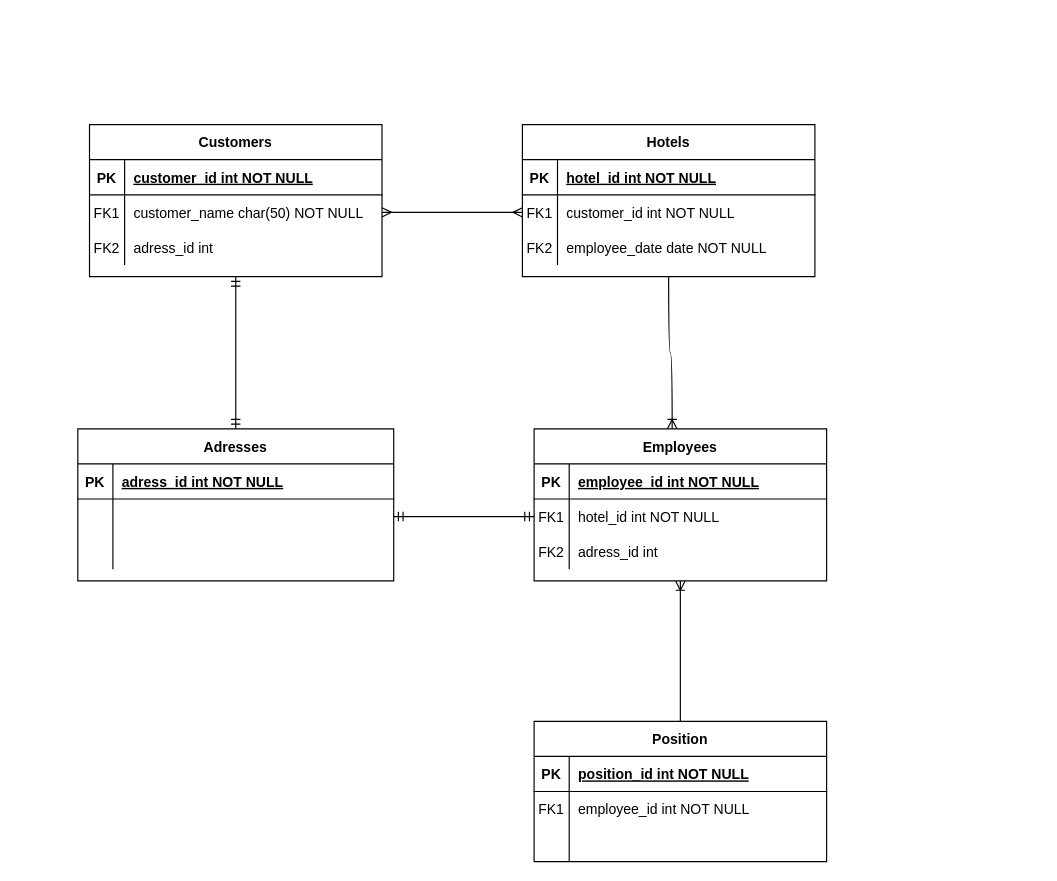
Above: Untitled Diagram.drawio in KrzysiekJa/Hotel-Personel-Management-DB-System (draw.io), before the change. Source tidied: cells renumbered, new cells numbered last; positions are measured from the earlier drawing's top-left corner, leaving out a move shared by most shapes. Both pictures are drawn from the tidied source at 117%, with x=0, y=0 at pixel (77, 124).
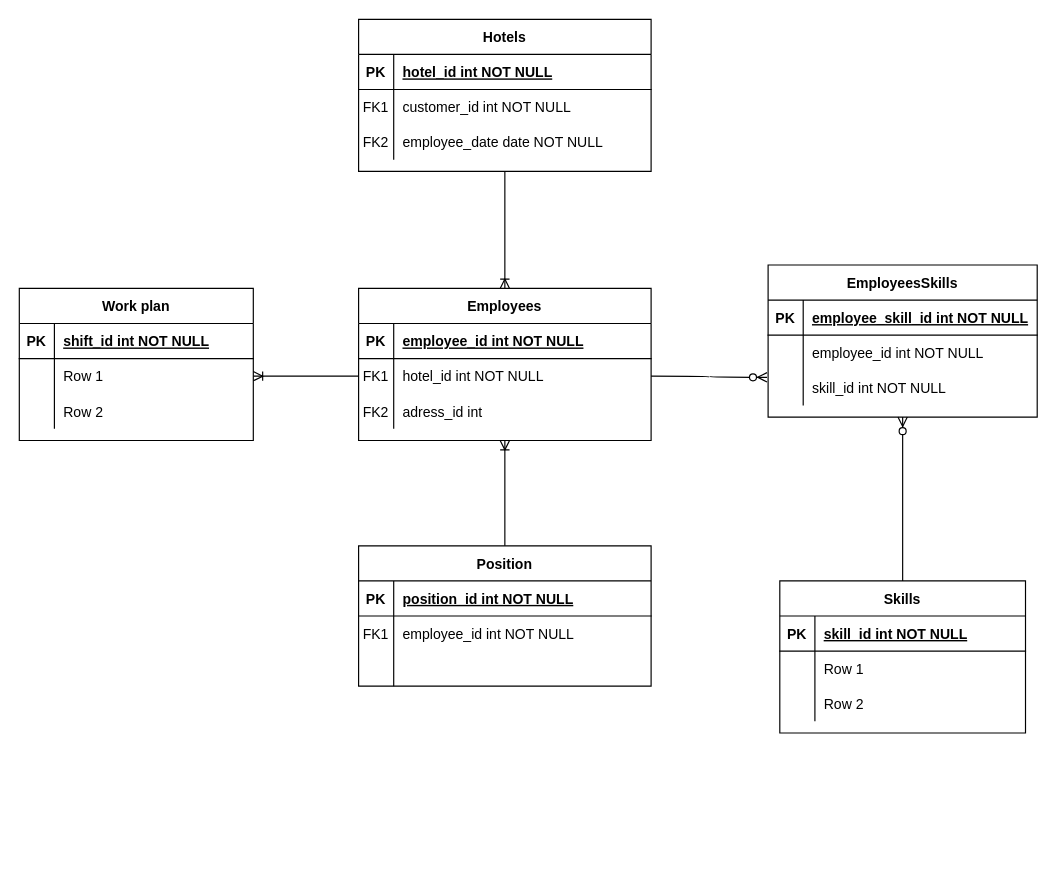
After the change.

The change refers to these unchanged cells:
```xml
<mxCell id="6" style="shape=partialRectangle;fillColor=none;points=[[0,0.5],[1,0.5]];portConstraint=eastwest;top=0;left=0;right=0;bottom=0;" parent="2" vertex="1">
  <mxGeometry y="60" width="250" height="30" as="geometry" />
</mxCell>
<mxCell id="16" style="shape=partialRectangle;fillColor=none;points=[[0,0.5],[1,0.5]];portConstraint=eastwest;top=0;left=0;right=0;bottom=0;" parent="12" vertex="1">
  <mxGeometry y="60" width="250" height="30" as="geometry" />
</mxCell>
```

The edit, as a diff of the source:
```diff
@@
     <mxCell id="2" value="Hotels" style="shape=table;startSize=30;childLayout=tableLayout;rowLines=0;fontStyle=1;align=center;" parent="1" vertex="1">
-      <mxGeometry x="380" width="250" height="130" as="geometry" />
+      <mxGeometry x="240" y="-90" width="250" height="130" as="geometry" />
     </mxCell>
@@
     <mxCell id="12" value="Employees" style="shape=table;startSize=30;childLayout=tableLayout;rowLines=0;fontStyle=1;align=center;" parent="1" vertex="1">
-      <mxGeometry x="390" y="260" width="250" height="130" as="geometry" />
+      <mxGeometry x="240" y="140" width="250" height="130" as="geometry" />
     </mxCell>
@@
-    <mxCell id="22" value="Customers" style="shape=table;startSize=30;childLayout=tableLayout;rowLines=0;fontStyle=1;align=center;" parent="1" vertex="1">
-      <mxGeometry x="10" width="250" height="130" as="geometry" />
-    </mxCell>
-    <mxCell id="23" style="shape=partialRectangle;fillColor=none;top=0;left=0;right=0;bottom=1;" parent="22" vertex="1">
-      <mxGeometry y="30" width="250" height="30" as="geometry" />
-    </mxCell>
-    <mxCell id="24" value="PK" style="shape=partialRectangle;overflow=hidden;fillColor=none;top=0;left=0;bottom=0;right=0;fontStyle=1;" parent="23" vertex="1">
-      <mxGeometry width="30" height="30" as="geometry" />
-    </mxCell>
-    <mxCell id="25" value="customer_id int NOT NULL " style="shape=partialRectangle;overflow=hidden;fillColor=none;top=0;left=0;bottom=0;right=0;align=left;spacingLeft=6;fontStyle=5;" parent="23" vertex="1">
-      <mxGeometry x="30" width="220" height="30" as="geometry" />
-    </mxCell>
-    <mxCell id="26" style="shape=partialRectangle;fillColor=none;points=[[0,0.5],[1,0.5]];portConstraint=eastwest;top=0;left=0;right=0;bottom=0;" parent="22" vertex="1">
-      <mxGeometry y="60" width="250" height="30" as="geometry" />
-    </mxCell>
-    <mxCell id="27" value="FK1" style="shape=partialRectangle;overflow=hidden;fillColor=none;top=0;left=0;bottom=0;right=0;" parent="26" vertex="1">
-      <mxGeometry width="30" height="30" as="geometry" />
-    </mxCell>
-    <mxCell id="28" value="customer_name char(50) NOT NULL" style="shape=partialRectangle;overflow=hidden;fillColor=none;top=0;left=0;bottom=0;right=0;align=left;spacingLeft=6;" parent="26" vertex="1">
-      <mxGeometry x="30" width="220" height="30" as="geometry" />
-    </mxCell>
-    <mxCell id="29" style="shape=partialRectangle;fillColor=none;top=0;left=0;right=0;bottom=0;" parent="22" vertex="1">
-      <mxGeometry y="90" width="250" height="30" as="geometry" />
-    </mxCell>
-    <mxCell id="30" value="FK2" style="shape=partialRectangle;overflow=hidden;fillColor=none;top=0;left=0;bottom=0;right=0;" parent="29" vertex="1">
-      <mxGeometry width="30" height="30" as="geometry" />
-    </mxCell>
-    <mxCell id="31" value="adress_id int " style="shape=partialRectangle;overflow=hidden;fillColor=none;top=0;left=0;bottom=0;right=0;align=left;spacingLeft=6;fontStyle=0;" parent="29" vertex="1">
-      <mxGeometry x="30" width="220" height="30" as="geometry" />
-    </mxCell>
     <mxCell id="32" value="Position" style="shape=table;startSize=30;childLayout=tableLayout;rowLines=0;fontStyle=1;align=center;" parent="1" vertex="1">
-      <mxGeometry x="390" y="510" width="250" height="120" as="geometry" />
+      <mxGeometry x="240" y="360" width="250" height="120" as="geometry" />
     </mxCell>
@@
-    <mxCell id="42" value="Adresses" style="shape=table;startSize=30;childLayout=tableLayout;rowLines=0;fontStyle=1;align=center;" parent="1" vertex="1">
-      <mxGeometry y="260" width="270" height="130" as="geometry" />
-    </mxCell>
-    <mxCell id="43" style="shape=tableRow;horizontal=0;startSize=0;swimlaneHead=0;swimlaneBody=0;fillColor=none;top=0;left=0;right=0;bottom=1;" parent="42" vertex="1">
-      <mxGeometry y="30" width="270" height="30" as="geometry" />
-    </mxCell>
-    <mxCell id="44" value="PK" style="shape=partialRectangle;fillColor=none;top=0;left=0;bottom=0;right=0;fontStyle=1;overflow=hidden;" parent="43" vertex="1">
-      <mxGeometry width="30" height="30" as="geometry" />
-    </mxCell>
-    <mxCell id="45" value="adress_id int NOT NULL" style="shape=partialRectangle;fillColor=none;top=0;left=0;bottom=0;right=0;align=left;spacingLeft=6;fontStyle=5;overflow=hidden;" parent="43" vertex="1">
-      <mxGeometry x="30" width="240" height="30" as="geometry" />
-    </mxCell>
-    <mxCell id="46" style="shape=tableRow;horizontal=0;startSize=0;swimlaneHead=0;swimlaneBody=0;fillColor=none;points=[[0,0.5],[1,0.5]];portConstraint=eastwest;top=0;left=0;right=0;bottom=0;" parent="42" vertex="1">
-      <mxGeometry y="60" width="270" height="30" as="geometry" />
-    </mxCell>
-    <mxCell id="47" style="shape=partialRectangle;fillColor=none;top=0;left=0;bottom=0;right=0;overflow=hidden;" parent="46" vertex="1">
-      <mxGeometry width="30" height="30" as="geometry" />
-    </mxCell>
-    <mxCell id="48" style="shape=partialRectangle;fillColor=none;top=0;left=0;bottom=0;right=0;align=left;spacingLeft=6;overflow=hidden;" parent="46" vertex="1">
-      <mxGeometry x="30" width="240" height="30" as="geometry" />
-    </mxCell>
-    <mxCell id="49" style="shape=tableRow;horizontal=0;startSize=0;swimlaneHead=0;swimlaneBody=0;fillColor=none;top=0;left=0;right=0;bottom=0;" parent="42" vertex="1">
-      <mxGeometry y="90" width="270" height="30" as="geometry" />
-    </mxCell>
-    <mxCell id="50" style="shape=partialRectangle;fillColor=none;top=0;left=0;bottom=0;right=0;overflow=hidden;" parent="49" vertex="1">
-      <mxGeometry width="30" height="30" as="geometry" />
-    </mxCell>
-    <mxCell id="51" style="shape=partialRectangle;fillColor=none;top=0;left=0;bottom=0;right=0;align=left;spacingLeft=6;overflow=hidden;" parent="49" vertex="1">
-      <mxGeometry x="30" width="240" height="30" as="geometry" />
-    </mxCell>
-    <mxCell id="52" style="edgeStyle=orthogonalEdgeStyle;fontSize=12;html=1;endArrow=ERmandOne;startArrow=ERmandOne;rounded=0;entryX=0.5;entryY=1;entryDx=0;entryDy=0;exitX=0.5;exitY=0;exitDx=0;exitDy=0;curved=1;" parent="1" edge="1" source="42" target="22">
-      <mxGeometry relative="1" as="geometry" />
-    </mxCell>
-    <mxCell id="53" style="edgeStyle=entityRelationEdgeStyle;fontSize=12;html=1;endArrow=ERmandOne;startArrow=ERmandOne;rounded=0;curved=1;exitX=1;exitY=0.5;exitDx=0;exitDy=0;entryX=0;entryY=0.5;entryDx=0;entryDy=0;" parent="1" edge="1" source="46" target="16">
-      <mxGeometry relative="1" as="geometry" />
-    </mxCell>
-    <mxCell id="54" style="edgeStyle=entityRelationEdgeStyle;fontSize=12;html=1;endArrow=ERmany;startArrow=ERmany;rounded=0;curved=1;entryX=0;entryY=0.5;entryDx=0;entryDy=0;exitX=1;exitY=0.5;exitDx=0;exitDy=0;" parent="1" edge="1" source="26" target="6">
-      <mxGeometry relative="1" as="geometry" />
-    </mxCell>
-    <mxCell id="55" style="edgeStyle=orthogonalEdgeStyle;fontSize=12;html=1;endArrow=ERoneToMany;rounded=0;curved=1;entryX=0.472;entryY=0;entryDx=0;entryDy=0;entryPerimeter=0;exitX=0.5;exitY=1;exitDx=0;exitDy=0;" parent="1" edge="1" source="2" target="12">
+    <mxCell id="55" style="edgeStyle=orthogonalEdgeStyle;fontSize=12;html=1;endArrow=ERoneToMany;rounded=0;curved=1;entryX=0.5;entryY=0;entryDx=0;entryDy=0;exitX=0.5;exitY=1;exitDx=0;exitDy=0;" parent="1" edge="1" source="2" target="12">
       <mxGeometry relative="1" as="geometry" />
     </mxCell>
@@
+    <mxCell id="57" value="Skills" style="shape=table;startSize=30;childLayout=tableLayout;rowLines=0;fontStyle=1;align=center;" parent="1" vertex="1">
+      <mxGeometry x="600" y="390" width="210" height="130" as="geometry" />
+    </mxCell>
+    <mxCell id="58" style="shape=tableRow;horizontal=0;startSize=0;swimlaneHead=0;swimlaneBody=0;fillColor=none;top=0;left=0;right=0;bottom=1;" parent="57" vertex="1">
+      <mxGeometry y="30" width="210" height="30" as="geometry" />
+    </mxCell>
+    <mxCell id="59" value="PK" style="shape=partialRectangle;fillColor=none;top=0;left=0;bottom=0;right=0;fontStyle=1;overflow=hidden;" parent="58" vertex="1">
+      <mxGeometry width="30" height="30" as="geometry" />
+    </mxCell>
+    <mxCell id="60" value="skill_id int NOT NULL" style="shape=partialRectangle;fillColor=none;top=0;left=0;bottom=0;right=0;align=left;spacingLeft=6;fontStyle=5;overflow=hidden;" parent="58" vertex="1">
+      <mxGeometry x="30" width="180" height="30" as="geometry" />
+    </mxCell>
+    <mxCell id="61" style="shape=tableRow;horizontal=0;startSize=0;swimlaneHead=0;swimlaneBody=0;fillColor=none;top=0;left=0;right=0;bottom=0;" parent="57" vertex="1">
+      <mxGeometry y="60" width="210" height="30" as="geometry" />
+    </mxCell>
+    <mxCell id="62" style="shape=partialRectangle;fillColor=none;top=0;left=0;bottom=0;right=0;overflow=hidden;" parent="61" vertex="1">
+      <mxGeometry width="30" height="30" as="geometry" />
+    </mxCell>
+    <mxCell id="63" value="Row 1" style="shape=partialRectangle;fillColor=none;top=0;left=0;bottom=0;right=0;align=left;spacingLeft=6;overflow=hidden;" parent="61" vertex="1">
+      <mxGeometry x="30" width="180" height="30" as="geometry" />
+    </mxCell>
+    <mxCell id="64" style="shape=tableRow;horizontal=0;startSize=0;swimlaneHead=0;swimlaneBody=0;fillColor=none;top=0;left=0;right=0;bottom=0;" parent="57" vertex="1">
+      <mxGeometry y="90" width="210" height="30" as="geometry" />
+    </mxCell>
+    <mxCell id="65" style="shape=partialRectangle;fillColor=none;top=0;left=0;bottom=0;right=0;overflow=hidden;" parent="64" vertex="1">
+      <mxGeometry width="30" height="30" as="geometry" />
+    </mxCell>
+    <mxCell id="66" value="Row 2" style="shape=partialRectangle;fillColor=none;top=0;left=0;bottom=0;right=0;align=left;spacingLeft=6;overflow=hidden;" parent="64" vertex="1">
+      <mxGeometry x="30" width="180" height="30" as="geometry" />
+    </mxCell>
+    <mxCell id="67" style="edgeStyle=orthogonalEdgeStyle;fontSize=12;html=1;endArrow=ERzeroToMany;endFill=1;rounded=0;entryX=0.5;entryY=1;entryDx=0;entryDy=0;exitX=0.5;exitY=0;exitDx=0;exitDy=0;curved=1;" parent="1" edge="1" source="57" target="68">
+      <mxGeometry relative="1" as="geometry" />
+    </mxCell>
+    <mxCell id="68" value="EmployeesSkills" style="shape=table;startSize=30;childLayout=tableLayout;rowLines=0;fontStyle=1;align=center;" parent="1" vertex="1">
+      <mxGeometry x="590" y="120" width="230" height="130" as="geometry" />
+    </mxCell>
+    <mxCell id="69" style="shape=tableRow;horizontal=0;startSize=0;swimlaneHead=0;swimlaneBody=0;fillColor=none;top=0;left=0;right=0;bottom=1;" parent="68" vertex="1">
+      <mxGeometry y="30" width="230" height="30" as="geometry" />
+    </mxCell>
+    <mxCell id="70" value="PK" style="shape=partialRectangle;fillColor=none;top=0;left=0;bottom=0;right=0;fontStyle=1;overflow=hidden;" parent="69" vertex="1">
+      <mxGeometry width="30" height="30" as="geometry" />
+    </mxCell>
+    <mxCell id="71" value="employee_skill_id int NOT NULL" style="shape=partialRectangle;fillColor=none;top=0;left=0;bottom=0;right=0;align=left;spacingLeft=6;fontStyle=5;overflow=hidden;" parent="69" vertex="1">
+      <mxGeometry x="30" width="200" height="30" as="geometry" />
+    </mxCell>
+    <mxCell id="72" style="shape=tableRow;horizontal=0;startSize=0;swimlaneHead=0;swimlaneBody=0;fillColor=none;top=0;left=0;right=0;bottom=0;" parent="68" vertex="1">
+      <mxGeometry y="60" width="230" height="30" as="geometry" />
+    </mxCell>
+    <mxCell id="73" style="shape=partialRectangle;fillColor=none;top=0;left=0;bottom=0;right=0;overflow=hidden;" parent="72" vertex="1">
+      <mxGeometry width="30" height="30" as="geometry" />
+    </mxCell>
+    <mxCell id="74" value="employee_id int NOT NULL" style="shape=partialRectangle;fillColor=none;top=0;left=0;bottom=0;right=0;align=left;spacingLeft=6;overflow=hidden;" parent="72" vertex="1">
+      <mxGeometry x="30" width="200" height="30" as="geometry" />
+    </mxCell>
+    <mxCell id="75" style="shape=tableRow;horizontal=0;startSize=0;swimlaneHead=0;swimlaneBody=0;fillColor=none;points=[[0,0.5],[1,0.5]];portConstraint=eastwest;top=0;left=0;right=0;bottom=0;" parent="68" vertex="1">
+      <mxGeometry y="90" width="230" height="30" as="geometry" />
+    </mxCell>
+    <mxCell id="76" style="shape=partialRectangle;fillColor=none;top=0;left=0;bottom=0;right=0;overflow=hidden;" parent="75" vertex="1">
+      <mxGeometry width="30" height="30" as="geometry" />
+    </mxCell>
+    <mxCell id="77" value="skill_id int NOT NULL" style="shape=partialRectangle;fillColor=none;top=0;left=0;bottom=0;right=0;align=left;spacingLeft=6;overflow=hidden;" parent="75" vertex="1">
+      <mxGeometry x="30" width="200" height="30" as="geometry" />
+    </mxCell>
+    <mxCell id="78" style="edgeStyle=orthogonalEdgeStyle;fontSize=12;html=1;endArrow=ERzeroToMany;endFill=1;rounded=0;entryX=-0.004;entryY=0.2;entryDx=0;entryDy=0;exitX=1;exitY=0.5;exitDx=0;exitDy=0;curved=1;entryPerimeter=0;" parent="1" edge="1" source="16" target="75">
+      <mxGeometry relative="1" as="geometry" />
+    </mxCell>
+    <mxCell id="79" value="Work plan" style="shape=table;startSize=30;childLayout=tableLayout;rowLines=0;fontStyle=1;align=center;" parent="1" vertex="1">
+      <mxGeometry x="-50" y="140" width="200" height="130" as="geometry" />
+    </mxCell>
+    <mxCell id="80" style="shape=tableRow;horizontal=0;startSize=0;swimlaneHead=0;swimlaneBody=0;fillColor=none;top=0;left=0;right=0;bottom=1;" parent="79" vertex="1">
+      <mxGeometry y="30" width="200" height="30" as="geometry" />
+    </mxCell>
+    <mxCell id="81" value="PK" style="shape=partialRectangle;fillColor=none;top=0;left=0;bottom=0;right=0;fontStyle=1;overflow=hidden;" parent="80" vertex="1">
+      <mxGeometry width="30" height="30" as="geometry" />
+    </mxCell>
+    <mxCell id="82" value="shift_id int NOT NULL" style="shape=partialRectangle;fillColor=none;top=0;left=0;bottom=0;right=0;align=left;spacingLeft=6;fontStyle=5;overflow=hidden;" parent="80" vertex="1">
+      <mxGeometry x="30" width="170" height="30" as="geometry" />
+    </mxCell>
+    <mxCell id="83" style="shape=tableRow;horizontal=0;startSize=0;swimlaneHead=0;swimlaneBody=0;fillColor=none;points=[[0,0.5],[1,0.5]];portConstraint=eastwest;top=0;left=0;right=0;bottom=0;" parent="79" vertex="1">
+      <mxGeometry y="60" width="200" height="30" as="geometry" />
+    </mxCell>
+    <mxCell id="84" style="shape=partialRectangle;fillColor=none;top=0;left=0;bottom=0;right=0;overflow=hidden;" parent="83" vertex="1">
+      <mxGeometry width="30" height="30" as="geometry" />
+    </mxCell>
+    <mxCell id="85" value="Row 1" style="shape=partialRectangle;fillColor=none;top=0;left=0;bottom=0;right=0;align=left;spacingLeft=6;overflow=hidden;" parent="83" vertex="1">
+      <mxGeometry x="30" width="170" height="30" as="geometry" />
+    </mxCell>
+    <mxCell id="86" style="shape=tableRow;horizontal=0;startSize=0;swimlaneHead=0;swimlaneBody=0;fillColor=none;top=0;left=0;right=0;bottom=0;" parent="79" vertex="1">
+      <mxGeometry y="90" width="200" height="30" as="geometry" />
+    </mxCell>
+    <mxCell id="87" style="shape=partialRectangle;fillColor=none;top=0;left=0;bottom=0;right=0;overflow=hidden;" parent="86" vertex="1">
+      <mxGeometry width="30" height="30" as="geometry" />
+    </mxCell>
+    <mxCell id="88" value="Row 2" style="shape=partialRectangle;fillColor=none;top=0;left=0;bottom=0;right=0;align=left;spacingLeft=6;overflow=hidden;" parent="86" vertex="1">
+      <mxGeometry x="30" width="170" height="30" as="geometry" />
+    </mxCell>
+    <mxCell id="89" style="edgeStyle=entityRelationEdgeStyle;fontSize=12;html=1;endArrow=ERoneToMany;rounded=0;curved=1;entryX=1;entryY=0.5;entryDx=0;entryDy=0;exitX=0;exitY=0.5;exitDx=0;exitDy=0;" parent="1" edge="1" source="16" target="83">
+      <mxGeometry relative="1" as="geometry" />
+    </mxCell>
```
